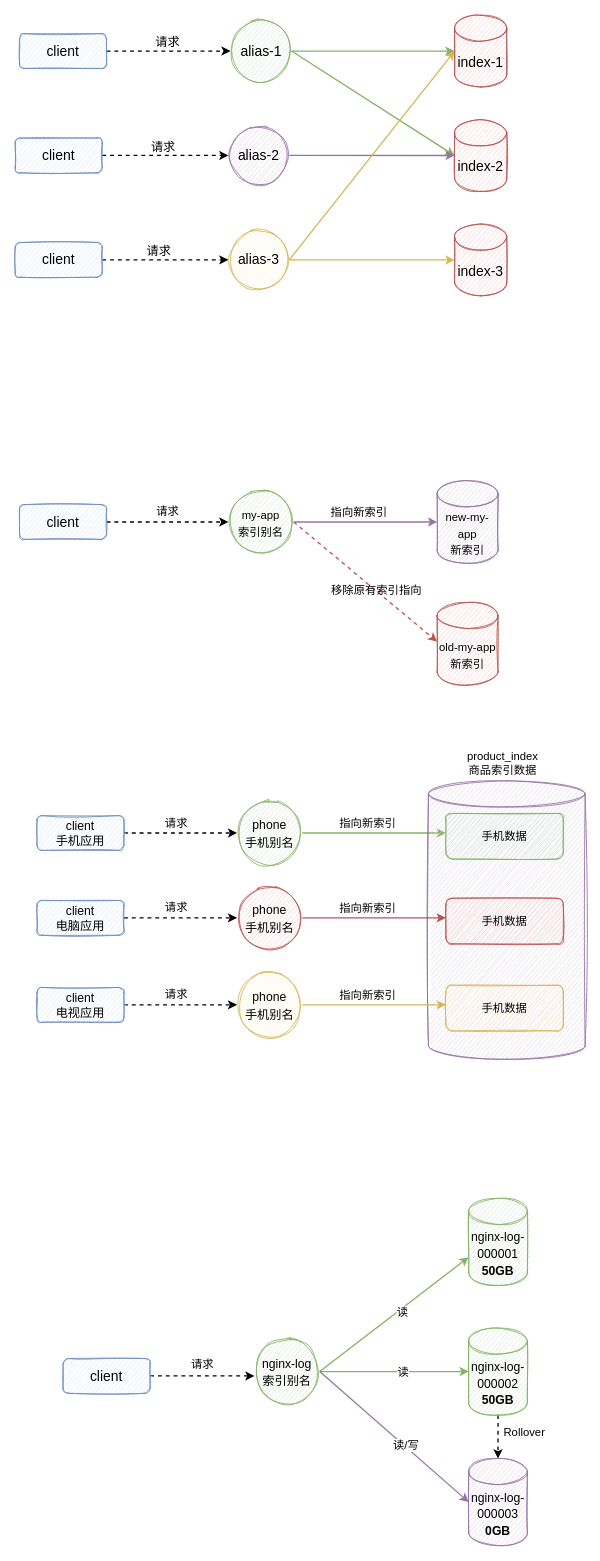
cr7258/draw.io keeps this draw.io diagram as Elasticsearch/alias.drawio. Above is the earlier version. Source tidied: cells renumbered, new cells numbered last; positions are measured from the earlier drawing's top-left corner, leaving out a move shared by most shapes. Both pictures are drawn from the tidied source at 87%, with x=0, y=0 at pixel (15, 15).
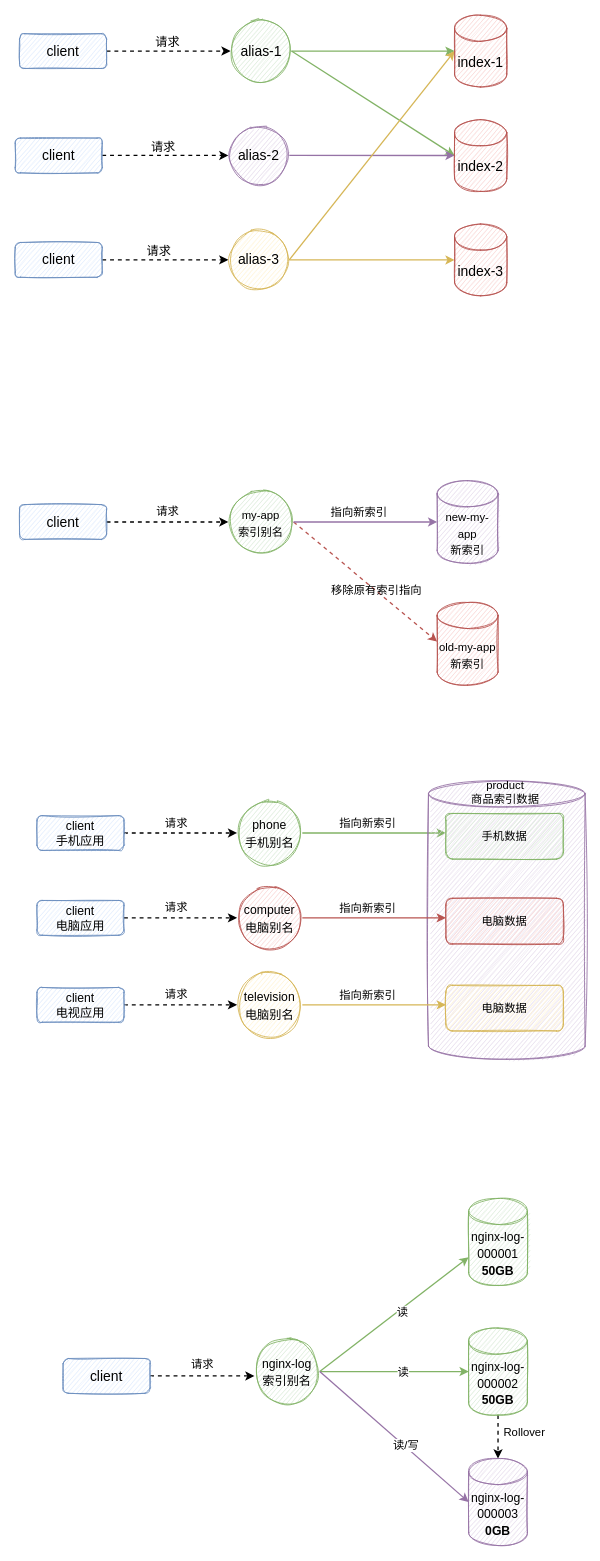
After the change.

What changed in the source:
```diff
@@
-    <mxCell id="39" value="product_index&lt;br&gt;商品索引数据" style="text;html=1;align=center;verticalAlign=middle;fillColor=none;strokeColor=none;rounded=0;sketch=1;fontSize=13;" parent="1" vertex="1">
-      <mxGeometry x="510" y="840" width="100" height="40" as="geometry" />
+    <mxCell id="39" value="product&lt;br&gt;商品索引数据" style="text;html=1;align=center;verticalAlign=middle;fillColor=none;strokeColor=none;rounded=0;sketch=1;fontSize=13;" parent="1" vertex="1">
+      <mxGeometry x="517.5" y="872.5" width="90" height="40" as="geometry" />
     </mxCell>
@@
-    <mxCell id="44" value="&lt;font style=&quot;font-size: 14px&quot;&gt;phone&lt;br&gt;手机别名&lt;br&gt;&lt;/font&gt;" style="ellipse;whiteSpace=wrap;html=1;fontSize=16;fillColor=#f8cecc;strokeColor=#b85450;sketch=1;" parent="1" vertex="1">
+    <mxCell id="44" value="&lt;font style=&quot;font-size: 14px&quot;&gt;computer&lt;br&gt;电脑别名&lt;br&gt;&lt;/font&gt;" style="ellipse;whiteSpace=wrap;html=1;fontSize=16;fillColor=#f8cecc;strokeColor=#b85450;sketch=1;" parent="1" vertex="1">
       <mxGeometry x="255" y="1000" width="75" height="75" as="geometry" />
     </mxCell>
@@
-    <mxCell id="47" value="手机数据" style="rounded=1;whiteSpace=wrap;html=1;sketch=1;fontSize=13;fillColor=#f8cecc;strokeColor=#b85450;" parent="1" vertex="1">
+    <mxCell id="47" value="电脑数据" style="rounded=1;whiteSpace=wrap;html=1;sketch=1;fontSize=13;fillColor=#f8cecc;strokeColor=#b85450;" parent="1" vertex="1">
       <mxGeometry x="495" y="1015" width="135" height="52.5" as="geometry" />
     </mxCell>
@@
-    <mxCell id="51" value="&lt;font style=&quot;font-size: 14px&quot;&gt;phone&lt;br&gt;手机别名&lt;br&gt;&lt;/font&gt;" style="ellipse;whiteSpace=wrap;html=1;fontSize=16;fillColor=#fff2cc;strokeColor=#d6b656;sketch=1;" parent="1" vertex="1">
+    <mxCell id="51" value="&lt;font style=&quot;font-size: 14px&quot;&gt;television&lt;br&gt;电脑别名&lt;br&gt;&lt;/font&gt;" style="ellipse;whiteSpace=wrap;html=1;fontSize=16;fillColor=#fff2cc;strokeColor=#d6b656;sketch=1;" parent="1" vertex="1">
       <mxGeometry x="255" y="1100" width="75" height="75" as="geometry" />
     </mxCell>
@@
-    <mxCell id="54" value="手机数据" style="rounded=1;whiteSpace=wrap;html=1;sketch=1;fontSize=13;fillColor=#fff2cc;strokeColor=#d6b656;" parent="1" vertex="1">
+    <mxCell id="54" value="电脑数据" style="rounded=1;whiteSpace=wrap;html=1;sketch=1;fontSize=13;fillColor=#fff2cc;strokeColor=#d6b656;" parent="1" vertex="1">
       <mxGeometry x="495" y="1115" width="135" height="52.5" as="geometry" />
     </mxCell>
```
